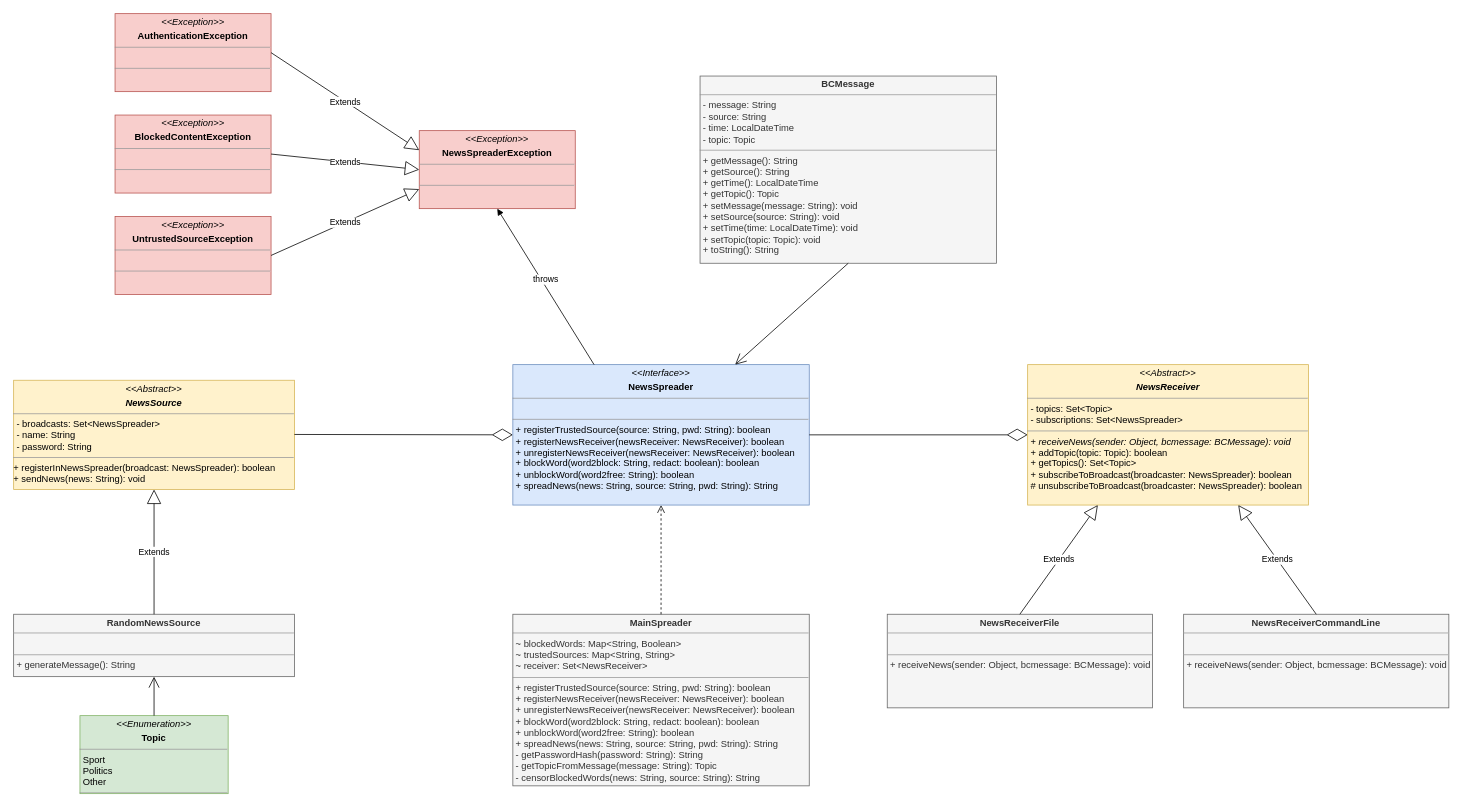
This is doc/observer/img/a6_uml.drawio from Johannes-Baischer/SE-Assignments, a draw.io file, before an edit. Source tidied: cells renumbered, new cells numbered last; positions are measured from the earlier drawing's top-left corner, leaving out a move shared by most shapes. Both pictures are drawn from the tidied source at 78%, with x=0, y=0 at pixel (13, 13).
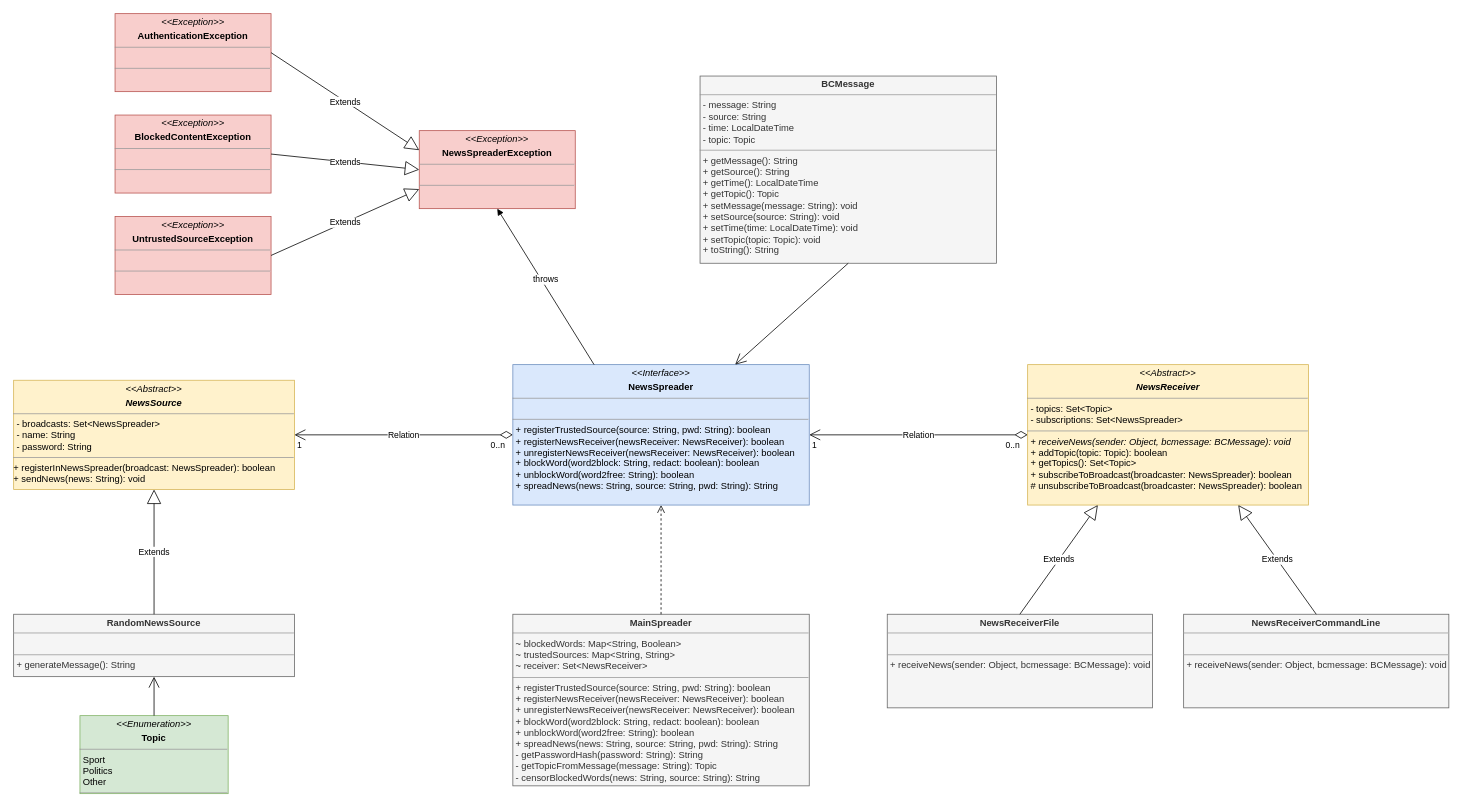
The same page after the edit.

Unchanged cells that the change refers to:
```xml
<mxCell id="9" value="&lt;p style=&quot;margin:0px;margin-top:4px;text-align:center;&quot;&gt;&lt;i&gt;&amp;lt;&amp;lt;Abstract&amp;gt;&amp;gt;&lt;br&gt;&lt;/i&gt;&lt;/p&gt;&lt;p style=&quot;margin:0px;margin-top:4px;text-align:center;&quot;&gt;&lt;i&gt;&lt;b&gt;NewsReceiver&lt;/b&gt;&lt;br&gt;&lt;/i&gt;&lt;/p&gt;&lt;hr size=&quot;1&quot;&gt;&lt;p style=&quot;margin:0px;margin-left:4px;&quot;&gt;- topics: Set&amp;lt;Topic&amp;gt;&lt;/p&gt;&lt;p style=&quot;margin:0px;margin-left:4px;&quot;&gt;- subscriptions: Set&amp;lt;NewsSpreader&amp;gt;&lt;br&gt;&lt;/p&gt;&lt;hr size=&quot;1&quot;&gt;&lt;p style=&quot;margin:0px;margin-left:4px;&quot;&gt;+ &lt;i&gt;receiveNews(sender: Object, bcmessage: BCMessage): void&lt;br&gt;&lt;/i&gt;&lt;/p&gt;&lt;p style=&quot;margin:0px;margin-left:4px;&quot;&gt;+ addTopic(topic: Topic): boolean&lt;/p&gt;&lt;p style=&quot;margin:0px;margin-left:4px;&quot;&gt;+ getTopics(): Set&amp;lt;Topic&amp;gt;&lt;/p&gt;&lt;p style=&quot;margin:0px;margin-left:4px;&quot;&gt;+ subscribeToBroadcast(broadcaster: NewsSpreader): boolean&lt;/p&gt;&lt;p style=&quot;margin:0px;margin-left:4px;&quot;&gt;# unsubscribeToBroadcast(broadcaster: NewsSpreader): boolean&lt;br&gt;&lt;/p&gt;" style="verticalAlign=top;align=left;overflow=fill;fontSize=12;fontFamily=Helvetica;html=1;fillColor=#fff2cc;strokeColor=#d6b656;" parent="1" vertex="1">
  <mxGeometry x="1300" y="450" width="360" height="180" as="geometry" />
</mxCell>
<mxCell id="14" value="&lt;p style=&quot;margin:0px;margin-top:4px;text-align:center;&quot;&gt;&lt;i&gt;&amp;lt;&amp;lt;Interface&amp;gt;&amp;gt;&lt;/i&gt;&lt;/p&gt;&lt;p style=&quot;margin:0px;margin-top:4px;text-align:center;&quot;&gt;&lt;b&gt;NewsSpreader&lt;/b&gt;&lt;br&gt;&lt;/p&gt;&lt;hr size=&quot;1&quot;&gt;&lt;p style=&quot;margin:0px;margin-left:4px;&quot;&gt;&lt;br&gt;&lt;/p&gt;&lt;hr size=&quot;1&quot;&gt;&lt;p style=&quot;margin:0px;margin-left:4px;&quot;&gt;+ registerTrustedSource(source: String, pwd: String): boolean&lt;br&gt;&lt;/p&gt;&lt;p style=&quot;margin:0px;margin-left:4px;&quot;&gt;+ registerNewsReceiver(newsReceiver: NewsReceiver): boolean&lt;br&gt;&lt;/p&gt;&lt;p style=&quot;margin:0px;margin-left:4px;&quot;&gt;+ &lt;span class=&quot;pl-en&quot;&gt;&lt;span data-hydro-click=&quot;{&amp;quot;event_type&amp;quot;:&amp;quot;code_navigation.click_on_symbol&amp;quot;,&amp;quot;payload&amp;quot;:{&amp;quot;action&amp;quot;:&amp;quot;click_on_symbol&amp;quot;,&amp;quot;repository_id&amp;quot;:570232512,&amp;quot;ref&amp;quot;:&amp;quot;main&amp;quot;,&amp;quot;language&amp;quot;:&amp;quot;Java&amp;quot;,&amp;quot;backend&amp;quot;:&amp;quot;ALEPH_FUZZY&amp;quot;,&amp;quot;code_nav_context&amp;quot;:&amp;quot;BLOB_VIEW&amp;quot;,&amp;quot;retry_backend&amp;quot;:&amp;quot;&amp;quot;,&amp;quot;cross_repo_results_included&amp;quot;:&amp;quot;CROSS_REPO_ENABLED&amp;quot;,&amp;quot;in_repo_result_count&amp;quot;:2,&amp;quot;cross_repo_result_count&amp;quot;:0,&amp;quot;originating_url&amp;quot;:&amp;quot;https://github.com/sweng-plus/a6-res-sew22-s1086240_s1054335/find-definition?q=unregisterNewsReceiver&amp;amp;blob_path=src%2Fmain%2Fjava%2Fobserver%2FNewsSpreader.java&amp;amp;ref=main&amp;amp;language=Java&amp;amp;row=29&amp;amp;col=16&amp;amp;code_nav_context=BLOB_VIEW&amp;quot;,&amp;quot;user_id&amp;quot;:63867211}}&quot; class=&quot;pl-token&quot;&gt;unregisterNewsReceiver&lt;/span&gt;&lt;/span&gt;(newsReceiver: NewsReceiver): boolean&lt;/p&gt;&lt;p style=&quot;margin:0px;margin-left:4px;&quot;&gt;+ blockWord(word2block: String, redact: boolean): boolean&lt;/p&gt;&lt;p style=&quot;margin:0px;margin-left:4px;&quot;&gt;+ unblockWord(word2free: String): boolean&lt;/p&gt;&lt;p style=&quot;margin:0px;margin-left:4px;&quot;&gt;+ spreadNews(news: String, source: String, pwd: String): String&lt;br&gt;&lt;/p&gt;" style="verticalAlign=top;align=left;overflow=fill;fontSize=12;fontFamily=Helvetica;html=1;fillColor=#dae8fc;strokeColor=#6c8ebf;" parent="1" vertex="1">
  <mxGeometry x="640" y="450" width="380" height="180" as="geometry" />
</mxCell>
<mxCell id="19" value="&lt;p style=&quot;margin:0px;margin-top:4px;text-align:center;&quot;&gt;&lt;i&gt;&amp;lt;&amp;lt;Abstract&amp;gt;&amp;gt;&lt;br&gt;&lt;/i&gt;&lt;/p&gt;&lt;p style=&quot;margin:0px;margin-top:4px;text-align:center;&quot;&gt;&lt;i&gt;&lt;b&gt;NewsSource&lt;/b&gt;&lt;br&gt;&lt;/i&gt;&lt;/p&gt;&lt;hr size=&quot;1&quot;&gt;&lt;p style=&quot;margin:0px;margin-left:4px;&quot;&gt;- broadcasts: Set&amp;lt;NewsSpreader&amp;gt;&lt;/p&gt;&lt;p style=&quot;margin:0px;margin-left:4px;&quot;&gt;- name: String&lt;/p&gt;&lt;p style=&quot;margin:0px;margin-left:4px;&quot;&gt;- password: String&lt;br&gt;&lt;/p&gt;&lt;hr size=&quot;1&quot;&gt;&lt;div&gt;+ registerInNewsSpreader(broadcast: NewsSpreader): boolean&lt;/div&gt;&lt;div&gt;+ sendNews(news: String): void&lt;br&gt;&lt;/div&gt;" style="verticalAlign=top;align=left;overflow=fill;fontSize=12;fontFamily=Helvetica;html=1;fillColor=#fff2cc;strokeColor=#d6b656;" parent="1" vertex="1">
  <mxGeometry y="470" width="360" height="140" as="geometry" />
</mxCell>
```

Change to the diagram source:
```diff
@@
-    <mxCell id="22" style="endArrow=diamondThin;endFill=0;endSize=24;html=1;rounded=0;exitX=1;exitY=0.5;exitDx=0;exitDy=0;entryX=0;entryY=0.5;entryDx=0;entryDy=0;" parent="1" edge="1" source="14" target="9">
-      <mxGeometry relative="1" as="geometry" />
-    </mxCell>
@@
-    <mxCell id="26" style="endArrow=diamondThin;endFill=0;endSize=24;html=1;rounded=0;exitX=1;exitY=0.5;exitDx=0;exitDy=0;" parent="1" edge="1">
-      <mxGeometry relative="1" as="geometry">
-        <mxPoint x="360" y="539.5" as="sourcePoint" />
-        <mxPoint x="640" y="540" as="targetPoint" />
-      </mxGeometry>
-    </mxCell>
+    <mxCell id="27" value="Relation" style="endArrow=open;html=1;endSize=12;startArrow=diamondThin;startSize=14;startFill=0;edgeStyle=orthogonalEdgeStyle;rounded=0;entryX=1;entryY=0.5;entryDx=0;entryDy=0;exitX=0;exitY=0.5;exitDx=0;exitDy=0;" parent="1" edge="1" source="14" target="19">
+      <mxGeometry relative="1" as="geometry" />
+    </mxCell>
+    <mxCell id="28" value="0..n" style="edgeLabel;html=1;align=left;verticalAlign=top;" parent="27" vertex="1">
+      <mxGeometry x="-1" relative="1" as="geometry">
+        <mxPoint x="-30" as="offset" />
+      </mxGeometry>
+    </mxCell>
+    <mxCell id="29" value="1" style="edgeLabel;html=1;align=right;verticalAlign=top;" parent="27" vertex="1">
+      <mxGeometry x="1" relative="1" as="geometry">
+        <mxPoint x="10" as="offset" />
+      </mxGeometry>
+    </mxCell>
+    <mxCell id="30" value="Relation" style="endArrow=open;html=1;endSize=12;startArrow=diamondThin;startSize=14;startFill=0;edgeStyle=orthogonalEdgeStyle;rounded=0;entryX=1;entryY=0.5;entryDx=0;entryDy=0;exitX=0;exitY=0.5;exitDx=0;exitDy=0;" parent="1" edge="1" source="9" target="14">
+      <mxGeometry relative="1" as="geometry" />
+    </mxCell>
+    <mxCell id="31" value="0..n" style="edgeLabel;html=1;align=left;verticalAlign=top;" parent="30" vertex="1">
+      <mxGeometry x="-1" relative="1" as="geometry">
+        <mxPoint x="-30" as="offset" />
+      </mxGeometry>
+    </mxCell>
+    <mxCell id="32" value="1" style="edgeLabel;html=1;align=right;verticalAlign=top;" parent="30" vertex="1">
+      <mxGeometry x="1" relative="1" as="geometry">
+        <mxPoint x="10" as="offset" />
+      </mxGeometry>
+    </mxCell>
```
